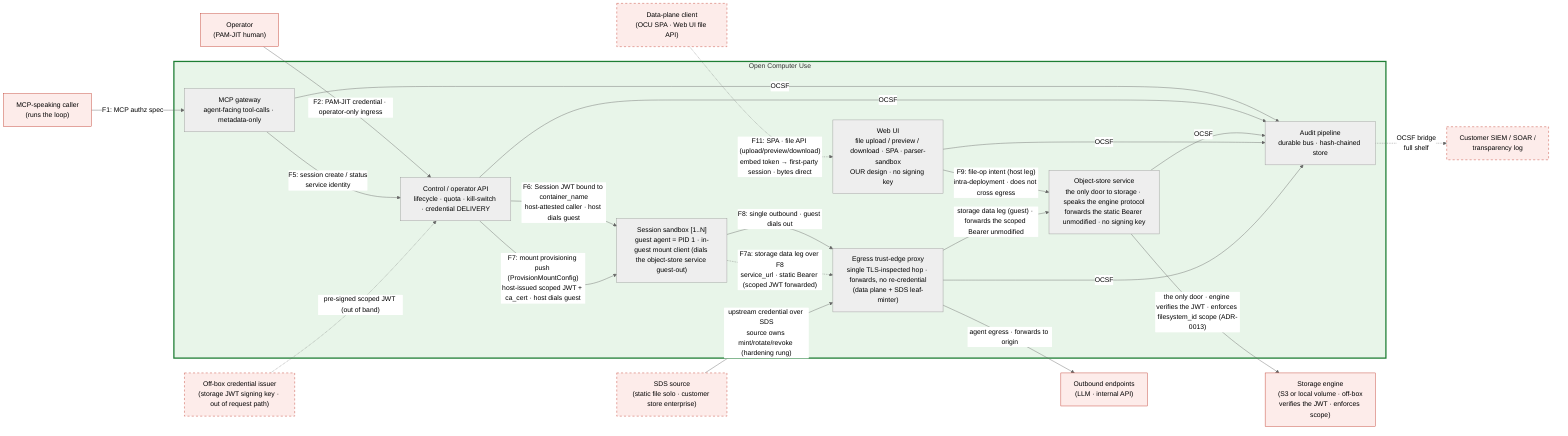
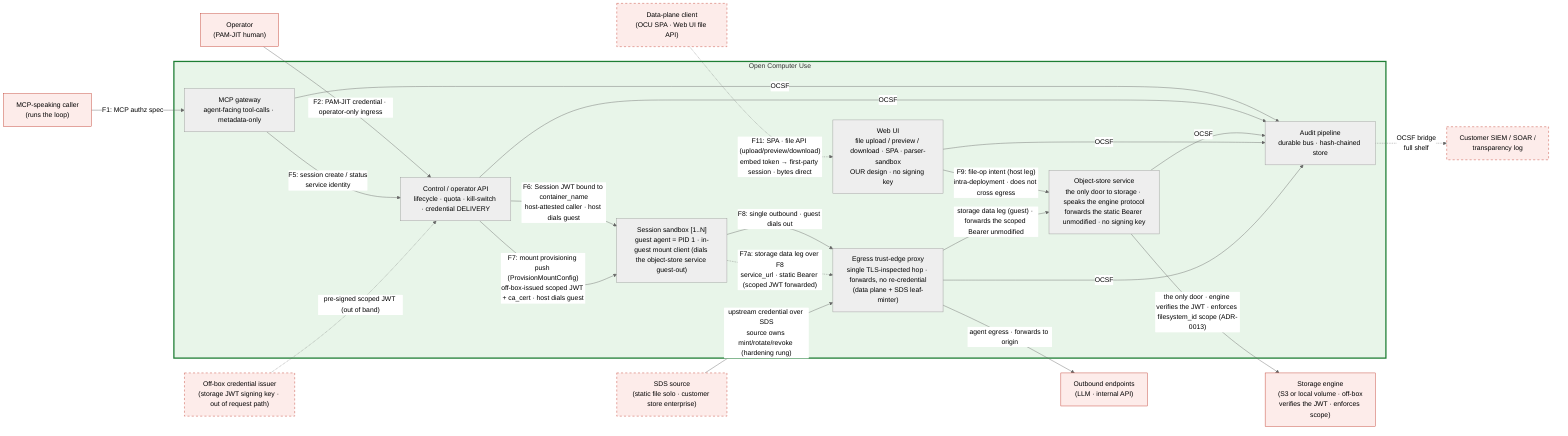
%% SPDX-License-Identifier: FSL-1.1-Apache-2.0
%% Copyright (c) 2025 Open Computer Use Contributors
%% Canonical Layer 6 (C4 Container) diagram. Referenced from docs/architecture/05-c4-container.md.
%% Role names only — no technology names (per CLAUDE.md Diagrams). Tech choice lands in component specs under components/.
%% Containers across the Layer-3 trust zones: the Control plane splits into an agent-facing MCP gateway
%% and an operator/lifecycle API (the kill-switch lives only on the latter); storage is one door — the
%% Object-store service — fronted by the Web UI (host leg) and the in-guest mount client (guest leg), ADR-0015.
%% The count is a then-true observation, not an invariant (05-c4-container.md §1). Substrate differs by shelf (§5).
%% Palette (project convention): red untrusted / green trusted. Amber/blue trust-zone shading is Layer 3 only.

%%{init: {"theme": "neutral"} }%%
flowchart LR

    %% ─── external (drawn for orientation; contracts in 03-c4-context.md §4) ───
    PEER["MCP-speaking caller<br/>(runs the loop)"]:::ext
    OPER["Operator<br/>(PAM-JIT human)"]:::ext
    FILE["Data-plane client<br/>(OCU SPA · Web UI file API)"]:::extOpt
    UPSTREAM["Outbound endpoints<br/>(LLM · internal API)"]:::ext
    ENGINE["Storage engine<br/>(S3 or local volume · off-box<br/>verifies the JWT · enforces scope)"]:::ext
    SINK["Customer SIEM / SOAR /<br/>transparency log"]:::extOpt
    SDS["SDS source<br/>(static file solo · customer store enterprise)"]:::extOpt
    ISSUER["Off-box credential issuer<br/>(storage JWT signing key · out of request path)"]:::extOpt

    %% ─── containers inside the system under design ───
    subgraph OCU["Open Computer Use"]
        MCPG["MCP gateway<br/>agent-facing tool-calls · metadata-only"]
        CTRL["Control / operator API<br/>lifecycle · quota · kill-switch · credential DELIVERY"]
        OSS["Object-store service<br/>the only door to storage · speaks the engine protocol<br/>forwards the static Bearer unmodified · no signing key"]
        WEBUI["Web UI<br/>file upload / preview / download · SPA · parser-sandbox<br/>OUR design · no signing key"]
        VM["Session sandbox [1..N]<br/>guest agent = PID 1 · in-guest mount client (dials the object-store service guest-out)"]
        EDGE["Egress trust-edge proxy<br/>single TLS-inspected hop · forwards, no re-credential<br/>(data plane + SDS leaf-minter)"]
        AUD["Audit pipeline<br/>durable bus · hash-chained store"]
    end

    %% ─── inbound (two distinct surfaces of the Control plane; the Web UI fronts E5) ───
    PEER -->|"F1: MCP authz spec"| MCPG
    OPER -->|"F2: PAM-JIT credential · operator-only ingress"| CTRL
    MCPG -->|"F5: session create / status<br/>service identity"| CTRL
    FILE -.->|"F11: SPA · file API (upload/preview/download)<br/>embed token → first-party session · bytes direct"| WEBUI

    %% ─── control + provisioning reach the guest host-side (host dials, guest listens; NFR-SEC-43) ───
    CTRL -->|"F6: Session JWT bound to container_name<br/>host-attested caller · host dials guest"| VM
-     CTRL -->|"F7: mount provisioning push (ProvisionMountConfig)<br/>host-issued scoped JWT + ca_cert · host dials guest"| VM
+     CTRL -->|"F7: mount provisioning push (ProvisionMountConfig)<br/>off-box-issued scoped JWT + ca_cert · host dials guest"| VM
    ISSUER -.->|"pre-signed scoped JWT (out of band)"| CTRL

    %% ─── ONE door to storage: both legs reach the Object-store service, and only it speaks to the
    %%     storage engine. Guest leg: in-guest mount client → egress → object-store service → engine.
    %%     Host leg: Web UI → object-store service → engine (F9; does NOT cross the egress hop). ───
    VM -->|"F8: single outbound · guest dials out"| EDGE
    VM -.->|"F7a: storage data leg over F8<br/>service_url · static Bearer (scoped JWT forwarded)"| EDGE
    SDS -->|"upstream credential over SDS<br/>source owns mint/rotate/revoke (hardening rung)"| EDGE
    WEBUI -->|"F9: file-op intent (host leg)<br/>intra-deployment · does not cross egress"| OSS
    EDGE -->|"agent egress · forwards to origin"| UPSTREAM
    EDGE -->|"storage data leg (guest) · forwards the scoped Bearer unmodified"| OSS
    OSS -->|"the only door · engine verifies the JWT · enforces filesystem_id scope (ADR-0013)"| ENGINE

    %% ─── audit fan-in (host-side containers only; the Session sandbox does NOT emit) ───
    %% A compromised guest can neither reach nor silence the pipeline; host-side
    %% containers author the guest's audit events.
    MCPG -->|OCSF| AUD
    CTRL -->|OCSF| AUD
    OSS -->|OCSF| AUD
    WEBUI -->|OCSF| AUD
    EDGE -->|OCSF| AUD
    AUD -.->|"OCSF bridge<br/>full shelf"| SINK

    %% ─── styling (project palette) ───
    classDef ext fill:#fdecea,stroke:#c0392b,stroke-width:1px;
    classDef extOpt fill:#fdecea,stroke:#c0392b,stroke-dasharray: 5 5;
    style OCU fill:#e8f5e9,stroke:#1e7e34,stroke-width:3px;
